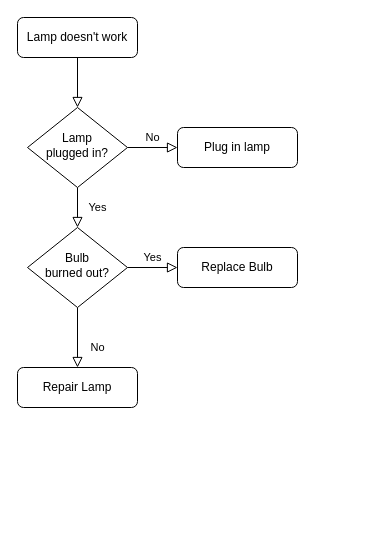
Earlier version of the draw.io diagram charts/daynewyler-flow.drawio (JeffCompasClassrooms/cs2450-youface-fall2025-deecs). Source tidied: cells renumbered, new cells numbered last; positions are measured from the earlier drawing's top-left corner, leaving out a move shared by most shapes. Both pictures are drawn from the tidied source at 100%, with x=0, y=0 at pixel (17, 17).
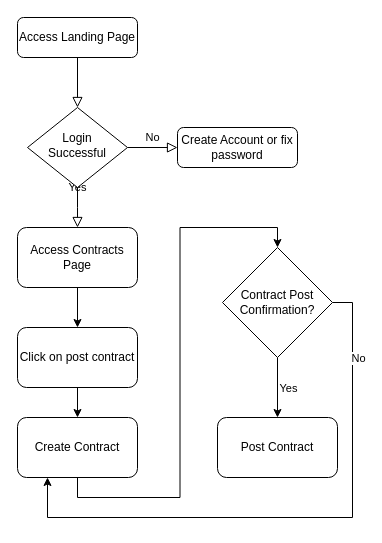
The same page after the edit.

What changed in the source:
```diff
@@
-    <mxCell id="3" value="Lamp doesn't work" style="rounded=1;whiteSpace=wrap;html=1;fontSize=12;glass=0;strokeWidth=1;shadow=0;" parent="1" vertex="1">
+    <mxCell id="3" value="Access Landing Page" style="rounded=1;whiteSpace=wrap;html=1;fontSize=12;glass=0;strokeWidth=1;shadow=0;" parent="1" vertex="1">
       <mxGeometry width="120" height="40" as="geometry" />
     </mxCell>
-    <mxCell id="4" value="Yes" style="rounded=0;html=1;jettySize=auto;fontSize=11;endArrow=block;endFill=0;endSize=8;strokeWidth=1;shadow=0;labelBackgroundColor=none;edgeStyle=orthogonalEdgeStyle;" parent="1" edge="1" source="6" target="10">
-      <mxGeometry y="20" relative="1" as="geometry" />
+    <mxCell id="4" value="Yes" style="rounded=0;html=1;jettySize=auto;fontSize=11;endArrow=block;endFill=0;endSize=8;strokeWidth=1;shadow=0;labelBackgroundColor=none;edgeStyle=orthogonalEdgeStyle;" parent="1" edge="1" source="6">
+      <mxGeometry y="20" relative="1" as="geometry">
+        <mxPoint x="60" y="210" as="targetPoint" />
+      </mxGeometry>
     </mxCell>
@@
-    <mxCell id="6" value="Lamp&lt;br&gt;plugged in?" style="rhombus;whiteSpace=wrap;html=1;shadow=0;fontFamily=Helvetica;fontSize=12;align=center;strokeWidth=1;spacing=6;spacingTop=-4;" parent="1" vertex="1">
+    <mxCell id="6" value="Login Successful" style="rhombus;whiteSpace=wrap;html=1;shadow=0;fontFamily=Helvetica;fontSize=12;align=center;strokeWidth=1;spacing=6;spacingTop=-4;" parent="1" vertex="1">
       <mxGeometry x="10" y="90" width="100" height="80" as="geometry" />
     </mxCell>
-    <mxCell id="7" value="Plug in lamp" style="rounded=1;whiteSpace=wrap;html=1;fontSize=12;glass=0;strokeWidth=1;shadow=0;" parent="1" vertex="1">
+    <mxCell id="7" value="Create Account or fix password" style="rounded=1;whiteSpace=wrap;html=1;fontSize=12;glass=0;strokeWidth=1;shadow=0;" parent="1" vertex="1">
       <mxGeometry x="160" y="110" width="120" height="40" as="geometry" />
     </mxCell>
+    <mxCell id="13" style="edgeStyle=orthogonalEdgeStyle;rounded=0;jettySize=auto;html=1;exitX=0.5;exitY=1;exitDx=0;exitDy=0;entryX=0.5;entryY=0;entryDx=0;entryDy=0;" parent="1" edge="1" source="14" target="16">
+      <mxGeometry relative="1" as="geometry" />
+    </mxCell>
+    <mxCell id="14" value="Access Contracts Page" style="rounded=1;whiteSpace=wrap;html=1;" parent="1" vertex="1">
+      <mxGeometry y="210" width="120" height="60" as="geometry" />
+    </mxCell>
+    <mxCell id="15" style="edgeStyle=orthogonalEdgeStyle;rounded=0;jettySize=auto;html=1;exitX=0.5;exitY=1;exitDx=0;exitDy=0;entryX=0.5;entryY=0;entryDx=0;entryDy=0;" parent="1" edge="1" source="16" target="18">
+      <mxGeometry relative="1" as="geometry" />
+    </mxCell>
+    <mxCell id="16" value="Click on post contract" style="rounded=1;whiteSpace=wrap;html=1;" parent="1" vertex="1">
+      <mxGeometry y="310" width="120" height="60" as="geometry" />
+    </mxCell>
+    <mxCell id="17" style="edgeStyle=orthogonalEdgeStyle;rounded=0;jettySize=auto;html=1;exitX=0.5;exitY=1;exitDx=0;exitDy=0;entryX=0.5;entryY=0;entryDx=0;entryDy=0;" parent="1" edge="1" source="18" target="22">
+      <mxGeometry relative="1" as="geometry" />
+    </mxCell>
+    <mxCell id="18" value="Create Contract" style="rounded=1;whiteSpace=wrap;html=1;" parent="1" vertex="1">
+      <mxGeometry y="400" width="120" height="60" as="geometry" />
+    </mxCell>
+    <mxCell id="19" value="Post Contract" style="rounded=1;whiteSpace=wrap;html=1;" parent="1" vertex="1">
+      <mxGeometry x="200" y="400" width="120" height="60" as="geometry" />
+    </mxCell>
+    <mxCell id="20" style="edgeStyle=orthogonalEdgeStyle;rounded=0;jettySize=auto;html=1;exitX=0.5;exitY=1;exitDx=0;exitDy=0;" parent="1" edge="1" source="22" target="19">
+      <mxGeometry relative="1" as="geometry" />
+    </mxCell>
+    <mxCell id="9" value="Yes" style="edgeLabel;html=1;align=center;verticalAlign=middle;" parent="20" vertex="1">
+      <mxGeometry x="-0.06" y="-1" relative="1" as="geometry">
+        <mxPoint x="11" y="2" as="offset" />
+      </mxGeometry>
+    </mxCell>
+    <mxCell id="21" style="edgeStyle=orthogonalEdgeStyle;rounded=0;jettySize=auto;html=1;exitX=1;exitY=0.5;exitDx=0;exitDy=0;entryX=0.25;entryY=1;entryDx=0;entryDy=0;" parent="1" edge="1" source="22" target="18">
+      <mxGeometry relative="1" as="geometry">
+        <Array as="points">
+          <mxPoint x="335" y="285" />
+          <mxPoint x="335" y="500" />
+          <mxPoint x="30" y="500" />
+        </Array>
+      </mxGeometry>
+    </mxCell>
-    <mxCell id="8" value="No" style="rounded=0;html=1;jettySize=auto;fontSize=11;endArrow=block;endFill=0;endSize=8;strokeWidth=1;shadow=0;labelBackgroundColor=none;edgeStyle=orthogonalEdgeStyle;" parent="1" edge="1" source="10" target="11">
-      <mxGeometry x="0.33" y="20" relative="1" as="geometry" />
+    <mxCell id="8" value="No" style="edgeLabel;html=1;align=center;verticalAlign=middle;" parent="21" vertex="1">
+      <mxGeometry x="-0.74" y="5" relative="1" as="geometry" />
     </mxCell>
-    <mxCell id="9" value="Yes" style="edgeStyle=orthogonalEdgeStyle;rounded=0;html=1;jettySize=auto;fontSize=11;endArrow=block;endFill=0;endSize=8;strokeWidth=1;shadow=0;labelBackgroundColor=none;" parent="1" edge="1" source="10" target="12">
-      <mxGeometry y="10" relative="1" as="geometry" />
-    </mxCell>
-    <mxCell id="10" value="Bulb&lt;br&gt;burned out?" style="rhombus;whiteSpace=wrap;html=1;shadow=0;fontFamily=Helvetica;fontSize=12;align=center;strokeWidth=1;spacing=6;spacingTop=-4;" parent="1" vertex="1">
-      <mxGeometry x="10" y="210" width="100" height="80" as="geometry" />
-    </mxCell>
-    <mxCell id="11" value="Repair Lamp" style="rounded=1;whiteSpace=wrap;html=1;fontSize=12;glass=0;strokeWidth=1;shadow=0;" parent="1" vertex="1">
-      <mxGeometry y="350" width="120" height="40" as="geometry" />
-    </mxCell>
-    <mxCell id="12" value="Replace Bulb" style="rounded=1;whiteSpace=wrap;html=1;fontSize=12;glass=0;strokeWidth=1;shadow=0;" parent="1" vertex="1">
-      <mxGeometry x="160" y="230" width="120" height="40" as="geometry" />
-    </mxCell>
+    <mxCell id="22" value="Contract Post Confirmation?" style="rhombus;whiteSpace=wrap;html=1;" parent="1" vertex="1">
+      <mxGeometry x="205" y="230" width="110" height="110" as="geometry" />
+    </mxCell>
```
